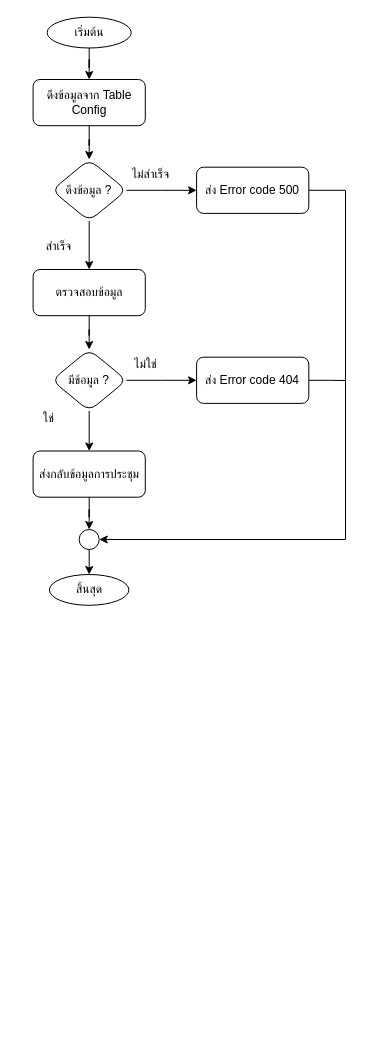
charifrodmanee/charifrodmanee keeps this draw.io diagram as meetingInfo.drawio. Above is the earlier version. Source tidied: cells renumbered, new cells numbered last; positions are measured from the earlier drawing's top-left corner, leaving out a move shared by most shapes. Both pictures are drawn from the tidied source at 100%, with x=0, y=0 at pixel (28, 17).
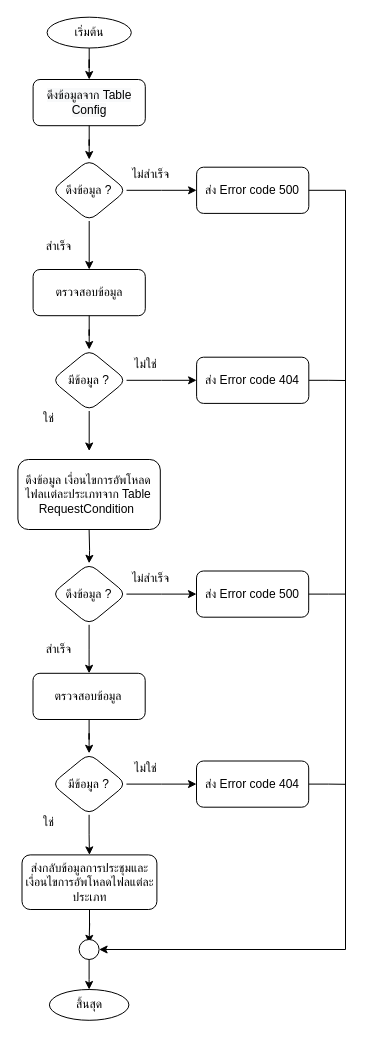
The same page after the edit.

The change refers to these unchanged cells:
```xml
<mxCell id="6" value="ส่ง Error code 500" style="whiteSpace=wrap;html=1;rounded=1;" parent="1" vertex="1">
  <mxGeometry x="168.1" y="149.7" width="112.2" height="46.2" as="geometry" />
</mxCell>
<mxCell id="15" value="มีข้อมูล ?" style="rhombus;whiteSpace=wrap;html=1;rounded=1;" parent="1" vertex="1">
  <mxGeometry x="23.3" y="332" width="74.8" height="61.5" as="geometry" />
</mxCell>
```

Diff of the diagram source:
```diff
@@
-    <mxCell id="3" value="สิ้นสุด" style="ellipse;whiteSpace=wrap;html=1;rounded=1;glass=0;strokeWidth=1;shadow=0;" parent="1" vertex="1">
-      <mxGeometry x="20.9" y="557" width="79.5" height="30.8" as="geometry" />
-    </mxCell>
@@
-    <mxCell id="21" value="ส่งกลับข้อมูลการประชุม" style="whiteSpace=wrap;html=1;rounded=1;" parent="1" vertex="1">
-      <mxGeometry x="4.6" y="433.5" width="112.2" height="46.2" as="geometry" />
-    </mxCell>
-    <mxCell id="22" style="edgeStyle=orthogonalEdgeStyle;rounded=0;jettySize=auto;html=1;endArrow=classic;endFill=1;entryX=0.5;entryY=0;entryDx=0;entryDy=0;" parent="1" edge="1" source="15" target="21">
-      <mxGeometry relative="1" as="geometry" />
+    <mxCell id="22" style="edgeStyle=orthogonalEdgeStyle;rounded=0;jettySize=auto;html=1;endArrow=classic;endFill=1;entryX=0.5;entryY=0;entryDx=0;entryDy=0;" parent="1" edge="1" source="15">
+      <mxGeometry relative="1" as="geometry">
+        <mxPoint x="60.7" y="433.5" as="targetPoint" />
+      </mxGeometry>
     </mxCell>
+    <mxCell id="25" style="edgeStyle=orthogonalEdgeStyle;rounded=0;jettySize=auto;html=1;endArrow=classic;endFill=1;" parent="1" edge="1" source="6" target="24">
+      <mxGeometry relative="1" as="geometry">
+        <Array as="points">
+          <mxPoint x="317" y="173" />
+          <mxPoint x="317" y="932" />
+        </Array>
+      </mxGeometry>
+    </mxCell>
+    <mxCell id="27" value="ดึงข้อมูล เงื่อนไขการอัพโหลดไฟลเเต่ละประเภทจาก Table&lt;br&gt;RequestCondition&amp;nbsp;" style="whiteSpace=wrap;html=1;rounded=1;" parent="1" vertex="1">
+      <mxGeometry x="-10.6" y="442" width="142.4" height="70" as="geometry" />
+    </mxCell>
+    <mxCell id="28" style="group;" parent="1" vertex="1">
+      <mxGeometry x="-10.6" y="512" width="327.5" height="490.8" as="geometry" />
+    </mxCell>
+    <mxCell id="29" value="ส่ง Error code 500" style="whiteSpace=wrap;html=1;rounded=1;" parent="28" vertex="1">
+      <mxGeometry x="178.6" y="41.5" width="112.2" height="46.2" as="geometry" />
+    </mxCell>
+    <mxCell id="30" value="ตรวจสอบข้อมูล" style="whiteSpace=wrap;html=1;rounded=1;" parent="28" vertex="1">
+      <mxGeometry x="15.1" y="143.8" width="112.2" height="46.2" as="geometry" />
+    </mxCell>
+    <mxCell id="31" style="edgeStyle=orthogonalEdgeStyle;rounded=0;jettySize=auto;html=1;entryX=0;entryY=0.5;entryDx=0;entryDy=0;endArrow=classic;endFill=1;" parent="28" edge="1" source="33" target="29">
+      <mxGeometry relative="1" as="geometry" />
+    </mxCell>
+    <mxCell id="32" style="edgeStyle=orthogonalEdgeStyle;rounded=0;jettySize=auto;html=1;endArrow=classic;endFill=1;" parent="28" edge="1" source="33" target="30">
+      <mxGeometry relative="1" as="geometry" />
+    </mxCell>
+    <mxCell id="33" value="ดึงข้อมูล ?" style="rhombus;whiteSpace=wrap;html=1;rounded=1;" parent="28" vertex="1">
+      <mxGeometry x="33.8" y="33.8" width="74.8" height="61.5" as="geometry" />
+    </mxCell>
+    <mxCell id="34" style="edgeStyle=orthogonalEdgeStyle;rounded=0;jettySize=auto;html=1;endArrow=classic;endFill=1;" parent="28" edge="1" target="33">
+      <mxGeometry relative="1" as="geometry">
+        <mxPoint x="71.2" as="sourcePoint" />
+      </mxGeometry>
+    </mxCell>
+    <mxCell id="35" value="ไม่สำเร็จ" style="text;html=1;align=center;verticalAlign=middle;strokeColor=none;fillColor=none;" parent="28" vertex="1">
+      <mxGeometry x="97.6" y="33.9" width="70" height="30" as="geometry" />
+    </mxCell>
+    <mxCell id="36" value="สำเร็จ" style="text;html=1;align=center;verticalAlign=middle;strokeColor=none;fillColor=none;" parent="28" vertex="1">
+      <mxGeometry x="15.1" y="105.4" width="50" height="30" as="geometry" />
+    </mxCell>
+    <mxCell id="37" value="มีข้อมูล ?" style="rhombus;whiteSpace=wrap;html=1;rounded=1;" parent="28" vertex="1">
+      <mxGeometry x="33.8" y="223.8" width="74.8" height="61.5" as="geometry" />
+    </mxCell>
+    <mxCell id="38" style="edgeStyle=orthogonalEdgeStyle;rounded=0;jettySize=auto;html=1;endArrow=classic;endFill=1;" parent="28" edge="1" source="30" target="37">
+      <mxGeometry relative="1" as="geometry" />
+    </mxCell>
+    <mxCell id="39" style="edgeStyle=orthogonalEdgeStyle;rounded=0;jettySize=auto;html=1;endArrow=none;endFill=0;" parent="28" edge="1" source="40">
+      <mxGeometry relative="1" as="geometry">
+        <mxPoint x="327.5" y="254.8" as="targetPoint" />
+      </mxGeometry>
+    </mxCell>
+    <mxCell id="40" value="ส่ง Error code 404" style="whiteSpace=wrap;html=1;rounded=1;" parent="28" vertex="1">
+      <mxGeometry x="178.6" y="231.5" width="112.2" height="46.2" as="geometry" />
+    </mxCell>
+    <mxCell id="41" style="edgeStyle=orthogonalEdgeStyle;rounded=0;jettySize=auto;html=1;entryX=0;entryY=0.5;entryDx=0;entryDy=0;endArrow=classic;endFill=1;" parent="28" edge="1" source="37" target="40">
+      <mxGeometry relative="1" as="geometry" />
+    </mxCell>
+    <mxCell id="42" value="ไม่ใช่" style="text;html=1;align=center;verticalAlign=middle;strokeColor=none;fillColor=none;" parent="28" vertex="1">
+      <mxGeometry x="102.6" y="223.8" width="50" height="30" as="geometry" />
+    </mxCell>
+    <mxCell id="43" value="ใช่" style="text;html=1;align=center;verticalAlign=middle;strokeColor=none;fillColor=none;" parent="28" vertex="1">
+      <mxGeometry x="10.1" y="277.7" width="40" height="30" as="geometry" />
+    </mxCell>
+    <mxCell id="44" value="ส่งกลับข้อมูลการประชุมและเงื่อนไขการอัพโหลดไฟลแต่ละประเภท" style="whiteSpace=wrap;html=1;rounded=1;" parent="28" vertex="1">
+      <mxGeometry x="4.1" y="325.4" width="134.9" height="54.6" as="geometry" />
+    </mxCell>
+    <mxCell id="45" style="edgeStyle=orthogonalEdgeStyle;rounded=0;jettySize=auto;html=1;endArrow=classic;endFill=1;entryX=0.5;entryY=0;entryDx=0;entryDy=0;" parent="28" edge="1" source="37" target="44">
+      <mxGeometry relative="1" as="geometry" />
+    </mxCell>
+    <mxCell id="46" style="edgeStyle=orthogonalEdgeStyle;rounded=0;jettySize=auto;html=1;" parent="28" edge="1" source="44">
+      <mxGeometry relative="1" as="geometry">
+        <mxPoint x="71.2" y="413.8" as="targetPoint" />
+      </mxGeometry>
+    </mxCell>
+    <mxCell id="24" style="ellipse;whiteSpace=wrap;html=1;" parent="28" vertex="1">
+      <mxGeometry x="61.2" y="410" width="20" height="20" as="geometry" />
+    </mxCell>
+    <mxCell id="3" value="สิ้นสุด" style="ellipse;whiteSpace=wrap;html=1;rounded=1;glass=0;strokeWidth=1;shadow=0;" parent="28" vertex="1">
+      <mxGeometry x="31.5" y="460" width="79.5" height="30.8" as="geometry" />
+    </mxCell>
-    <mxCell id="23" style="edgeStyle=orthogonalEdgeStyle;rounded=0;jettySize=auto;html=1;endArrow=classic;endFill=1;" parent="1" edge="1" source="24" target="3">
+    <mxCell id="23" style="edgeStyle=orthogonalEdgeStyle;rounded=0;jettySize=auto;html=1;endArrow=classic;endFill=1;" parent="28" edge="1" source="24" target="3">
       <mxGeometry relative="1" as="geometry" />
     </mxCell>
-    <mxCell id="24" style="ellipse;whiteSpace=wrap;html=1;" parent="1" vertex="1">
-      <mxGeometry x="50.7" y="512" width="20" height="20" as="geometry" />
-    </mxCell>
-    <mxCell id="25" style="edgeStyle=orthogonalEdgeStyle;rounded=0;jettySize=auto;html=1;endArrow=classic;endFill=1;" parent="1" edge="1" source="6" target="24">
-      <mxGeometry relative="1" as="geometry">
-        <Array as="points">
-          <mxPoint x="317" y="173" />
-          <mxPoint x="317" y="522" />
-        </Array>
-      </mxGeometry>
-    </mxCell>
-    <mxCell id="26" style="edgeStyle=orthogonalEdgeStyle;rounded=0;jettySize=auto;html=1;entryX=0.5;entryY=0;entryDx=0;entryDy=0;endArrow=classic;endFill=1;" parent="1" edge="1" source="21" target="24">
-      <mxGeometry relative="1" as="geometry" />
-    </mxCell>
+    <mxCell id="47" style="edgeStyle=orthogonalEdgeStyle;rounded=0;jettySize=auto;html=1;endArrow=none;endFill=0;" parent="1" edge="1" source="29">
+      <mxGeometry relative="1" as="geometry">
+        <mxPoint x="317" y="576.6" as="targetPoint" />
+      </mxGeometry>
+    </mxCell>
```
